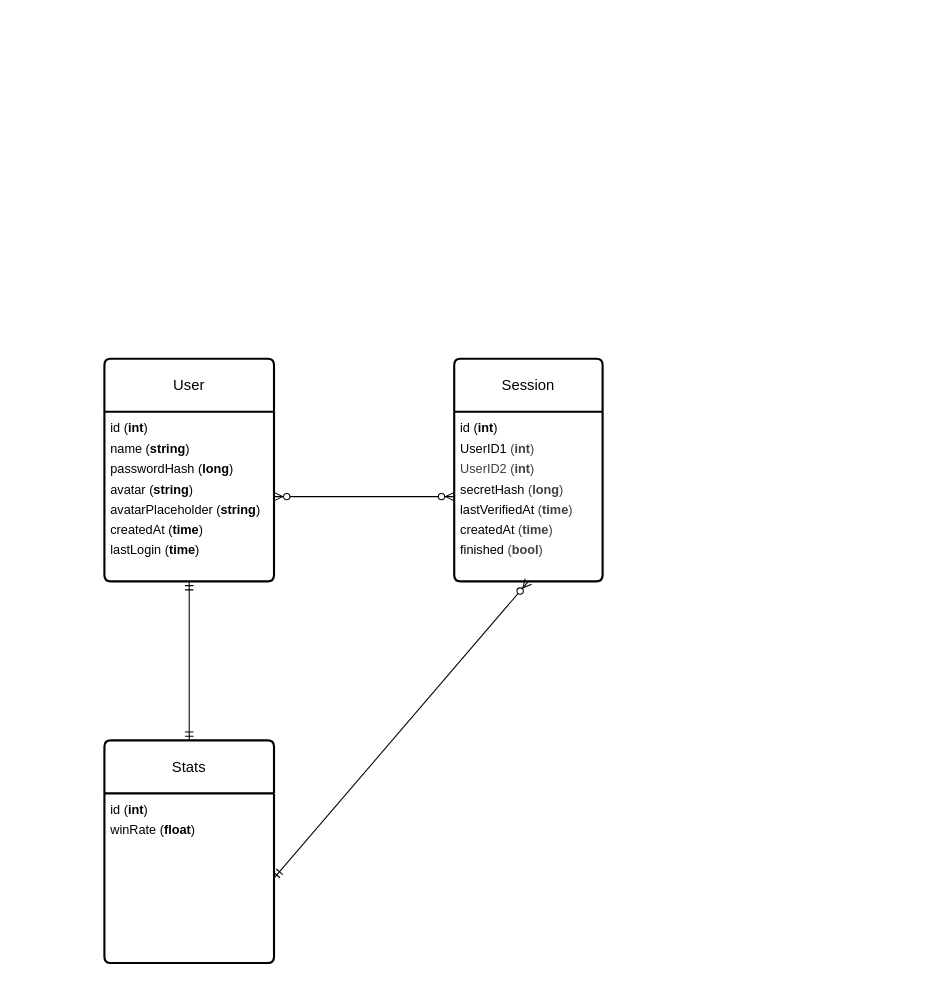
Above: doc/database.drawio in peufo/42_transcendence (draw.io), before the change. Source tidied: cells renumbered, new cells numbered last; positions are measured from the earlier drawing's top-left corner, leaving out a move shared by most shapes. Both pictures are drawn from the tidied source at 106%, with x=0, y=0 at pixel (104, 358).
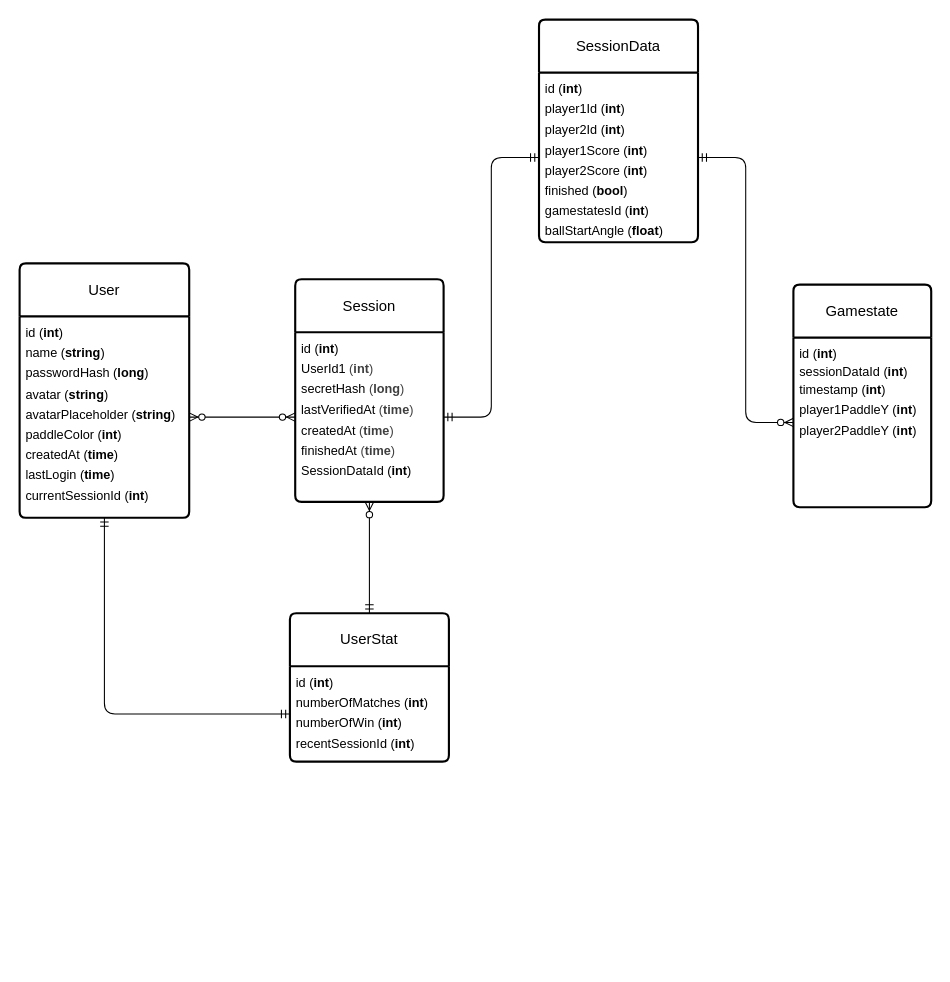
The same diagram, later.

Commit message:
first database architecture

What changed in the source:
```diff
@@
 <mxGraphModel>
   <root>
     <mxCell id="0" />
     <mxCell id="1" parent="0" />
     <mxCell id="2" value="User" style="swimlane;horizontal=1;startSize=50;rounded=1;fontSize=14;fontStyle=0;strokeWidth=2;shadow=0;dashed=0;align=center;arcSize=4;whiteSpace=wrap;html=1;" parent="1" vertex="1">
-      <mxGeometry width="160" height="210" as="geometry" />
+      <mxGeometry x="-80" y="-90" width="160" height="240" as="geometry" />
     </mxCell>
-    <mxCell id="3" value="&lt;font style=&quot;line-height: 160%; color: rgb(0, 0, 0);&quot;&gt;id &lt;font style=&quot;&quot;&gt;(&lt;b&gt;int&lt;/b&gt;)&lt;/font&gt;&lt;/font&gt;&lt;div style=&quot;line-height: 160%;&quot;&gt;&lt;font style=&quot;color: rgb(0, 0, 0);&quot;&gt;&lt;font&gt;name &lt;font&gt;(&lt;b&gt;string&lt;/b&gt;)&lt;/font&gt;&lt;br&gt;passwordHash&amp;nbsp;&lt;/font&gt;&lt;span&gt;(&lt;/span&gt;&lt;span&gt;&lt;b&gt;long&lt;/b&gt;)&lt;/span&gt;&lt;/font&gt;&lt;div&gt;&lt;font style=&quot;color: rgb(0, 0, 0);&quot;&gt;&lt;font&gt;avatar &lt;font&gt;(&lt;/font&gt;&lt;/font&gt;&lt;span style=&quot;background-color: transparent;&quot;&gt;&lt;font&gt;&lt;b&gt;string&lt;/b&gt;)&lt;/font&gt;&lt;/span&gt;&lt;/font&gt;&lt;/div&gt;&lt;div&gt;&lt;font style=&quot;color: rgb(0, 0, 0);&quot;&gt;&lt;font&gt;avatarPlaceholder&amp;nbsp;&lt;/font&gt;&lt;font&gt;&lt;font style=&quot;background-color: transparent; scrollbar-color: light-dark(#e2e2e2, #4b4b4b)&lt;br/&gt;&#9;&#9;&#9;&#9;&#9;light-dark(#fbfbfb, var(--dark-panel-color));&quot;&gt;(&lt;/font&gt;&lt;span style=&quot;background-color: transparent; scrollbar-color: light-dark(#e2e2e2, #4b4b4b)&lt;br/&gt;&#9;&#9;&#9;&#9;&#9;light-dark(#fbfbfb, var(--dark-panel-color));&quot;&gt;&lt;b&gt;string&lt;/b&gt;)&lt;/span&gt;&lt;/font&gt;&lt;/font&gt;&lt;/div&gt;&lt;div&gt;&lt;font style=&quot;color: rgb(0, 0, 0);&quot;&gt;createdAt (&lt;b&gt;time&lt;/b&gt;)&lt;/font&gt;&lt;/div&gt;&lt;div&gt;&lt;font style=&quot;color: rgb(0, 0, 0);&quot;&gt;lastLogin (&lt;b style=&quot;&quot;&gt;time&lt;/b&gt;)&lt;/font&gt;&lt;/div&gt;&lt;/div&gt;" style="align=left;strokeColor=none;fillColor=none;spacingLeft=4;fontSize=12;verticalAlign=top;html=1;" parent="2" vertex="1">
-      <mxGeometry y="50" width="160" height="160" as="geometry" />
+    <mxCell id="3" value="&lt;font style=&quot;line-height: 160%; color: rgb(0, 0, 0);&quot;&gt;id &lt;font style=&quot;&quot;&gt;(&lt;b&gt;int&lt;/b&gt;)&lt;/font&gt;&lt;/font&gt;&lt;div style=&quot;line-height: 160%;&quot;&gt;&lt;font style=&quot;color: rgb(0, 0, 0);&quot;&gt;&lt;font&gt;name &lt;font&gt;(&lt;b&gt;string&lt;/b&gt;)&lt;/font&gt;&lt;br&gt;passwordHash&amp;nbsp;&lt;/font&gt;&lt;span&gt;(&lt;/span&gt;&lt;span&gt;&lt;b&gt;long&lt;/b&gt;)&lt;/span&gt;&lt;/font&gt;&lt;div&gt;&lt;font style=&quot;color: rgb(0, 0, 0);&quot;&gt;&lt;font&gt;avatar &lt;font&gt;(&lt;/font&gt;&lt;/font&gt;&lt;span style=&quot;background-color: transparent;&quot;&gt;&lt;font&gt;&lt;b&gt;string&lt;/b&gt;)&lt;/font&gt;&lt;/span&gt;&lt;/font&gt;&lt;/div&gt;&lt;div&gt;&lt;font style=&quot;color: rgb(0, 0, 0);&quot;&gt;&lt;font&gt;avatarPlaceholder&amp;nbsp;&lt;/font&gt;&lt;font&gt;&lt;font style=&quot;background-color: transparent; scrollbar-color: light-dark(#e2e2e2, #4b4b4b)&lt;br/&gt;&#9;&#9;&#9;&#9;&#9;light-dark(#fbfbfb, var(--dark-panel-color));&quot;&gt;(&lt;/font&gt;&lt;span style=&quot;background-color: transparent; scrollbar-color: light-dark(#e2e2e2, #4b4b4b)&lt;br/&gt;&#9;&#9;&#9;&#9;&#9;light-dark(#fbfbfb, var(--dark-panel-color));&quot;&gt;&lt;b&gt;string&lt;/b&gt;)&lt;/span&gt;&lt;/font&gt;&lt;/font&gt;&lt;/div&gt;&lt;div&gt;&lt;font style=&quot;color: rgb(0, 0, 0);&quot;&gt;&lt;font&gt;&lt;span style=&quot;background-color: transparent; scrollbar-color: light-dark(#e2e2e2, #4b4b4b)&lt;br/&gt;&#9;&#9;&#9;&#9;&#9;light-dark(#fbfbfb, var(--dark-panel-color));&quot;&gt;paddleColor (&lt;b&gt;int&lt;/b&gt;)&lt;/span&gt;&lt;/font&gt;&lt;/font&gt;&lt;/div&gt;&lt;div&gt;&lt;font style=&quot;color: rgb(0, 0, 0);&quot;&gt;createdAt (&lt;b&gt;time&lt;/b&gt;)&lt;/font&gt;&lt;/div&gt;&lt;div&gt;&lt;font style=&quot;color: rgb(0, 0, 0);&quot;&gt;lastLogin (&lt;b style=&quot;&quot;&gt;time&lt;/b&gt;)&lt;/font&gt;&lt;/div&gt;&lt;div&gt;&lt;font style=&quot;color: rgb(0, 0, 0);&quot;&gt;currentSessionId (&lt;b&gt;int&lt;/b&gt;)&lt;/font&gt;&lt;/div&gt;&lt;/div&gt;" style="align=left;strokeColor=none;fillColor=none;spacingLeft=4;fontSize=12;verticalAlign=top;html=1;" parent="2" vertex="1">
+      <mxGeometry y="50" width="160" height="190" as="geometry" />
     </mxCell>
     <mxCell id="4" value="Session" style="swimlane;horizontal=1;startSize=50;rounded=1;fontSize=14;fontStyle=0;strokeWidth=2;shadow=0;dashed=0;align=center;arcSize=4;whiteSpace=wrap;html=1;" parent="1" vertex="1">
-      <mxGeometry x="330" width="140" height="210" as="geometry" />
+      <mxGeometry x="180" y="-75" width="140" height="210" as="geometry" />
     </mxCell>
-    <mxCell id="5" value="&lt;font style=&quot;line-height: 160%;&quot;&gt;id (&lt;b&gt;int&lt;/b&gt;)&lt;/font&gt;&lt;div style=&quot;line-height: 160%;&quot;&gt;UserID1&amp;nbsp;&lt;span style=&quot;background-color: transparent; color: rgb(63, 63, 63);&quot;&gt;(&lt;/span&gt;&lt;b style=&quot;background-color: transparent; color: rgb(63, 63, 63); scrollbar-color: light-dark(#e2e2e2, #4b4b4b)&lt;br/&gt;&#9;&#9;&#9;&#9;&#9;light-dark(#fbfbfb, var(--dark-panel-color));&quot;&gt;int&lt;/b&gt;&lt;span style=&quot;background-color: transparent; color: rgb(63, 63, 63);&quot;&gt;)&lt;/span&gt;&lt;/div&gt;&lt;div style=&quot;line-height: 160%;&quot;&gt;&lt;span style=&quot;color: rgb(63, 63, 63);&quot;&gt;UserID2&amp;nbsp;&lt;/span&gt;&lt;span style=&quot;background-color: transparent; color: rgb(63, 63, 63);&quot;&gt;(&lt;/span&gt;&lt;b style=&quot;background-color: transparent; color: rgb(63, 63, 63); scrollbar-color: light-dark(#e2e2e2, #4b4b4b)&lt;br/&gt;&#9;&#9;&#9;&#9;&#9;light-dark(#fbfbfb, var(--dark-panel-color));&quot;&gt;int&lt;/b&gt;&lt;span style=&quot;background-color: transparent; color: rgb(63, 63, 63);&quot;&gt;)&lt;/span&gt;&lt;br&gt;&lt;/div&gt;&lt;div style=&quot;line-height: 160%;&quot;&gt;&lt;font&gt;secretHash&amp;nbsp;&lt;/font&gt;&lt;span style=&quot;color: rgb(63, 63, 63);&quot;&gt;(&lt;/span&gt;&lt;b style=&quot;color: rgb(63, 63, 63); scrollbar-color: light-dark(#e2e2e2, #4b4b4b)&lt;br/&gt;&#9;&#9;&#9;&#9;&#9;light-dark(#fbfbfb, var(--dark-panel-color));&quot;&gt;long&lt;/b&gt;&lt;span style=&quot;color: rgb(63, 63, 63);&quot;&gt;)&lt;/span&gt;&lt;div&gt;lastVerifiedAt&amp;nbsp;&lt;span style=&quot;background-color: transparent; scrollbar-color: light-dark(#e2e2e2, #4b4b4b)&lt;br/&gt;&#9;&#9;&#9;&#9;&#9;light-dark(#fbfbfb, var(--dark-panel-color)); color: rgb(63, 63, 63);&quot;&gt;(&lt;b&gt;time&lt;/b&gt;&lt;/span&gt;&lt;span style=&quot;background-color: transparent; scrollbar-color: light-dark(#e2e2e2, #4b4b4b)&lt;br/&gt;&#9;&#9;&#9;&#9;&#9;light-dark(#fbfbfb, var(--dark-panel-color)); color: rgb(63, 63, 63);&quot;&gt;)&lt;/span&gt;&lt;/div&gt;&lt;div&gt;createdAt&amp;nbsp;&lt;span style=&quot;color: rgb(63, 63, 63); background-color: transparent; scrollbar-color: light-dark(#e2e2e2, #4b4b4b)&lt;br/&gt;&#9;&#9;&#9;&#9;&#9;light-dark(#fbfbfb, var(--dark-panel-color));&quot;&gt;(&lt;b style=&quot;scrollbar-color: light-dark(#e2e2e2, #4b4b4b)&lt;br/&gt;&#9;&#9;&#9;&#9;&#9;light-dark(#fbfbfb, var(--dark-panel-color));&quot;&gt;time&lt;/b&gt;&lt;/span&gt;&lt;span style=&quot;color: rgb(63, 63, 63); background-color: transparent; scrollbar-color: light-dark(#e2e2e2, #4b4b4b)&lt;br/&gt;&#9;&#9;&#9;&#9;&#9;light-dark(#fbfbfb, var(--dark-panel-color));&quot;&gt;)&lt;/span&gt;&lt;/div&gt;&lt;div&gt;finished&amp;nbsp;&lt;span style=&quot;color: rgb(63, 63, 63); background-color: transparent; scrollbar-color: light-dark(#e2e2e2, #4b4b4b)&lt;br/&gt;&#9;&#9;&#9;&#9;&#9;light-dark(#fbfbfb, var(--dark-panel-color));&quot;&gt;(&lt;b&gt;bool&lt;/b&gt;&lt;/span&gt;&lt;span style=&quot;color: rgb(63, 63, 63); background-color: transparent; scrollbar-color: light-dark(#e2e2e2, #4b4b4b)&lt;br/&gt;&#9;&#9;&#9;&#9;&#9;light-dark(#fbfbfb, var(--dark-panel-color));&quot;&gt;)&lt;/span&gt;&lt;/div&gt;&lt;/div&gt;" style="align=left;strokeColor=none;fillColor=none;spacingLeft=4;fontSize=12;verticalAlign=top;html=1;" parent="4" vertex="1">
+    <mxCell id="5" value="&lt;font style=&quot;line-height: 160%;&quot;&gt;id (&lt;b&gt;int&lt;/b&gt;)&lt;/font&gt;&lt;div style=&quot;line-height: 160%;&quot;&gt;UserId1&amp;nbsp;&lt;span style=&quot;background-color: transparent; color: rgb(63, 63, 63);&quot;&gt;(&lt;/span&gt;&lt;b style=&quot;background-color: transparent; color: rgb(63, 63, 63); scrollbar-color: light-dark(#e2e2e2, #4b4b4b)&lt;br/&gt;&#9;&#9;&#9;&#9;&#9;light-dark(#fbfbfb, var(--dark-panel-color));&quot;&gt;int&lt;/b&gt;&lt;span style=&quot;background-color: transparent; color: rgb(63, 63, 63);&quot;&gt;)&lt;/span&gt;&lt;/div&gt;&lt;div style=&quot;line-height: 160%;&quot;&gt;&lt;font&gt;secretHash&amp;nbsp;&lt;/font&gt;&lt;span style=&quot;color: rgb(63, 63, 63);&quot;&gt;(&lt;/span&gt;&lt;b style=&quot;color: rgb(63, 63, 63); scrollbar-color: light-dark(#e2e2e2, #4b4b4b)&lt;br/&gt;&#9;&#9;&#9;&#9;&#9;light-dark(#fbfbfb, var(--dark-panel-color));&quot;&gt;long&lt;/b&gt;&lt;span style=&quot;color: rgb(63, 63, 63);&quot;&gt;)&lt;/span&gt;&lt;div&gt;lastVerifiedAt&amp;nbsp;&lt;span style=&quot;background-color: transparent; scrollbar-color: light-dark(#e2e2e2, #4b4b4b)&lt;br/&gt;&#9;&#9;&#9;&#9;&#9;light-dark(#fbfbfb, var(--dark-panel-color)); color: rgb(63, 63, 63);&quot;&gt;(&lt;b&gt;time&lt;/b&gt;&lt;/span&gt;&lt;span style=&quot;background-color: transparent; scrollbar-color: light-dark(#e2e2e2, #4b4b4b)&lt;br/&gt;&#9;&#9;&#9;&#9;&#9;light-dark(#fbfbfb, var(--dark-panel-color)); color: rgb(63, 63, 63);&quot;&gt;)&lt;/span&gt;&lt;/div&gt;&lt;div&gt;createdAt&amp;nbsp;&lt;span style=&quot;color: rgb(63, 63, 63); background-color: transparent; scrollbar-color: light-dark(#e2e2e2, #4b4b4b)&lt;br/&gt;&#9;&#9;&#9;&#9;&#9;light-dark(#fbfbfb, var(--dark-panel-color));&quot;&gt;(&lt;b style=&quot;scrollbar-color: light-dark(#e2e2e2, #4b4b4b)&lt;br/&gt;&#9;&#9;&#9;&#9;&#9;light-dark(#fbfbfb, var(--dark-panel-color));&quot;&gt;time&lt;/b&gt;&lt;/span&gt;&lt;span style=&quot;color: rgb(63, 63, 63); background-color: transparent; scrollbar-color: light-dark(#e2e2e2, #4b4b4b)&lt;br/&gt;&#9;&#9;&#9;&#9;&#9;light-dark(#fbfbfb, var(--dark-panel-color));&quot;&gt;)&lt;/span&gt;&lt;/div&gt;&lt;div&gt;finishedAt&amp;nbsp;&lt;span style=&quot;color: rgb(63, 63, 63); background-color: transparent; scrollbar-color: light-dark(#e2e2e2, #4b4b4b)&lt;br/&gt;&#9;&#9;&#9;&#9;&#9;light-dark(#fbfbfb, var(--dark-panel-color));&quot;&gt;(&lt;b&gt;time&lt;/b&gt;&lt;/span&gt;&lt;span style=&quot;color: rgb(63, 63, 63); background-color: transparent; scrollbar-color: light-dark(#e2e2e2, #4b4b4b)&lt;br/&gt;&#9;&#9;&#9;&#9;&#9;light-dark(#fbfbfb, var(--dark-panel-color));&quot;&gt;)&lt;/span&gt;&lt;/div&gt;&lt;div&gt;SessionDataId (&lt;b&gt;int&lt;/b&gt;)&lt;/div&gt;&lt;/div&gt;" style="align=left;strokeColor=none;fillColor=none;spacingLeft=4;fontSize=12;verticalAlign=top;html=1;" parent="4" vertex="1">
       <mxGeometry y="50" width="140" height="160" as="geometry" />
     </mxCell>
-    <mxCell id="6" value="Stats" style="swimlane;horizontal=1;startSize=50;rounded=1;fontSize=14;fontStyle=0;strokeWidth=2;shadow=0;dashed=0;align=center;arcSize=4;whiteSpace=wrap;html=1;" parent="1" vertex="1">
-      <mxGeometry y="360" width="160" height="210" as="geometry" />
+    <mxCell id="6" value="UserStat" style="swimlane;horizontal=1;startSize=50;rounded=1;fontSize=14;fontStyle=0;strokeWidth=2;shadow=0;dashed=0;align=center;arcSize=4;whiteSpace=wrap;html=1;" parent="1" vertex="1">
+      <mxGeometry x="175" y="240" width="150" height="140" as="geometry" />
     </mxCell>
-    <mxCell id="7" value="&lt;font style=&quot;line-height: 160%; color: rgb(0, 0, 0);&quot;&gt;id &lt;font style=&quot;&quot;&gt;(&lt;b&gt;int&lt;/b&gt;)&lt;/font&gt;&lt;/font&gt;&lt;div&gt;&lt;font style=&quot;line-height: 160%; color: rgb(0, 0, 0);&quot;&gt;&lt;font style=&quot;&quot;&gt;winRate (&lt;b&gt;float&lt;/b&gt;)&lt;/font&gt;&lt;/font&gt;&lt;/div&gt;" style="align=left;strokeColor=none;fillColor=none;spacingLeft=4;fontSize=12;verticalAlign=top;html=1;" parent="6" vertex="1">
-      <mxGeometry y="50" width="160" height="160" as="geometry" />
+    <mxCell id="7" value="&lt;font style=&quot;color: rgb(0, 0, 0); line-height: 160%;&quot;&gt;id &lt;font&gt;(&lt;b&gt;int&lt;/b&gt;)&lt;/font&gt;&lt;/font&gt;&lt;div&gt;&lt;div style=&quot;line-height: 160%;&quot;&gt;numberOfMatches (&lt;b&gt;int&lt;/b&gt;)&lt;br&gt;&lt;div&gt;numberOfWin (&lt;b&gt;int&lt;/b&gt;)&lt;/div&gt;&lt;div&gt;&lt;font style=&quot;color: rgb(0, 0, 0);&quot;&gt;&lt;font&gt;recentSessionId (&lt;b&gt;int&lt;/b&gt;)&lt;/font&gt;&lt;/font&gt;&lt;/div&gt;&lt;/div&gt;&lt;/div&gt;" style="align=left;strokeColor=none;fillColor=none;spacingLeft=4;fontSize=12;verticalAlign=top;html=1;" parent="6" vertex="1">
+      <mxGeometry y="50" width="150" height="90" as="geometry" />
     </mxCell>
-    <mxCell id="8" style="fontSize=12;html=1;endArrow=ERmandOne;startArrow=ERmandOne;entryX=0.5;entryY=1;entryDx=0;entryDy=0;exitX=0.5;exitY=0;exitDx=0;exitDy=0;" parent="1" edge="1" source="6" target="3">
+    <mxCell id="8" style="fontSize=12;html=1;endArrow=ERmandOne;startArrow=ERmandOne;entryX=0.5;entryY=1;entryDx=0;entryDy=0;edgeStyle=orthogonalEdgeStyle;exitX=0;exitY=0.5;exitDx=0;exitDy=0;" parent="1" edge="1" source="7" target="3">
       <mxGeometry relative="1" as="geometry" />
     </mxCell>
-    <mxCell id="9" style="edgeStyle=entityRelationEdgeStyle;fontSize=12;html=1;endArrow=ERzeroToMany;endFill=1;startArrow=ERzeroToMany;exitX=1;exitY=0.5;exitDx=0;exitDy=0;entryX=0;entryY=0.5;entryDx=0;entryDy=0;" parent="1" edge="1" source="3" target="5">
+    <mxCell id="9" style="fontSize=12;html=1;endArrow=ERzeroToMany;endFill=1;startArrow=ERzeroToMany;exitX=1;exitY=0.5;exitDx=0;exitDy=0;entryX=0;entryY=0.5;entryDx=0;entryDy=0;" parent="1" edge="1" source="3" target="5">
       <mxGeometry relative="1" as="geometry" />
     </mxCell>
-    <mxCell id="10" style="fontSize=12;html=1;endArrow=ERzeroToMany;startArrow=ERmandOne;exitX=1;exitY=0.5;exitDx=0;exitDy=0;entryX=0.5;entryY=1;entryDx=0;entryDy=0;" parent="1" edge="1" source="7" target="5">
+    <mxCell id="10" style="fontSize=12;html=1;endArrow=ERzeroToMany;startArrow=ERmandOne;exitX=0.5;exitY=0;exitDx=0;exitDy=0;entryX=0.5;entryY=1;entryDx=0;entryDy=0;" parent="1" edge="1" source="6" target="5">
       <mxGeometry relative="1" as="geometry" />
     </mxCell>
+    <mxCell id="11" value="Gamestate" style="swimlane;horizontal=1;startSize=50;rounded=1;fontSize=14;fontStyle=0;strokeWidth=2;shadow=0;dashed=0;align=center;arcSize=4;whiteSpace=wrap;html=1;" parent="1" vertex="1">
+      <mxGeometry x="650" y="-70" width="130" height="210" as="geometry" />
+    </mxCell>
+    <mxCell id="12" value="id (&lt;b style=&quot;line-height: 160%;&quot;&gt;int&lt;/b&gt;)&lt;div&gt;&lt;font color=&quot;#000000&quot;&gt;sessionDataId (&lt;b&gt;int&lt;/b&gt;)&lt;br&gt;&lt;/font&gt;&lt;div&gt;&lt;div style=&quot;line-height: 160%;&quot;&gt;timestamp (&lt;b&gt;int&lt;/b&gt;)&lt;/div&gt;&lt;div style=&quot;line-height: 160%;&quot;&gt;player1PaddleY (&lt;b&gt;int&lt;/b&gt;)&lt;/div&gt;&lt;div style=&quot;line-height: 160%;&quot;&gt;player2PaddleY (&lt;b&gt;int&lt;/b&gt;)&lt;br&gt;&lt;/div&gt;&lt;/div&gt;&lt;/div&gt;" style="align=left;strokeColor=none;fillColor=none;spacingLeft=4;fontSize=12;verticalAlign=top;html=1;" parent="11" vertex="1">
+      <mxGeometry y="50" width="130" height="160" as="geometry" />
+    </mxCell>
+    <mxCell id="13" style="whiteSpace=wrap;html=1;fontSize=14;fontStyle=0;startSize=50;rounded=1;strokeWidth=2;shadow=0;dashed=0;arcSize=4;" parent="11" vertex="1">
+      <mxGeometry y="210" width="130" as="geometry" />
+    </mxCell>
+    <mxCell id="14" value="SessionData" style="swimlane;horizontal=1;startSize=50;rounded=1;fontSize=14;fontStyle=0;strokeWidth=2;shadow=0;dashed=0;align=center;arcSize=4;whiteSpace=wrap;html=1;" parent="1" vertex="1">
+      <mxGeometry x="410" y="-320" width="150" height="210" as="geometry" />
+    </mxCell>
+    <mxCell id="15" value="&lt;font style=&quot;line-height: 160%;&quot;&gt;id (&lt;b&gt;int&lt;/b&gt;)&lt;/font&gt;&lt;div style=&quot;line-height: 160%;&quot;&gt;player1Id (&lt;b&gt;int&lt;/b&gt;)&lt;/div&gt;&lt;div style=&quot;line-height: 160%;&quot;&gt;player2Id (&lt;b&gt;int&lt;/b&gt;)&lt;/div&gt;&lt;div style=&quot;line-height: 160%;&quot;&gt;player1Score (&lt;b&gt;int&lt;/b&gt;)&lt;/div&gt;&lt;div style=&quot;line-height: 160%;&quot;&gt;player2Score (&lt;b&gt;int&lt;/b&gt;)&lt;/div&gt;&lt;div style=&quot;line-height: 160%;&quot;&gt;finished (&lt;b&gt;bool&lt;/b&gt;)&lt;/div&gt;&lt;div style=&quot;line-height: 160%;&quot;&gt;gamestatesId (&lt;b&gt;int&lt;/b&gt;)&lt;/div&gt;&lt;div style=&quot;line-height: 160%;&quot;&gt;&lt;span style=&quot;background-color: transparent;&quot;&gt;ballStartAngle (&lt;b&gt;float&lt;/b&gt;&lt;/span&gt;&lt;span style=&quot;background-color: transparent;&quot;&gt;)&lt;/span&gt;&lt;/div&gt;" style="align=left;strokeColor=none;fillColor=none;spacingLeft=4;fontSize=12;verticalAlign=top;html=1;" parent="14" vertex="1">
+      <mxGeometry y="50" width="150" height="160" as="geometry" />
+    </mxCell>
+    <mxCell id="16" style="fontSize=12;html=1;endArrow=ERmandOne;startArrow=ERmandOne;exitX=1;exitY=0.5;exitDx=0;exitDy=0;entryX=0;entryY=0.5;entryDx=0;entryDy=0;edgeStyle=orthogonalEdgeStyle;" parent="1" edge="1" source="5" target="15">
+      <mxGeometry relative="1" as="geometry" />
+    </mxCell>
+    <mxCell id="17" style="fontSize=12;html=1;endArrow=ERzeroToMany;startArrow=ERmandOne;exitX=1;exitY=0.5;exitDx=0;exitDy=0;entryX=0;entryY=0.5;entryDx=0;entryDy=0;edgeStyle=orthogonalEdgeStyle;" parent="1" edge="1" source="15" target="12">
+      <mxGeometry relative="1" as="geometry" />
+    </mxCell>
   </root>
 </mxGraphModel>
```
